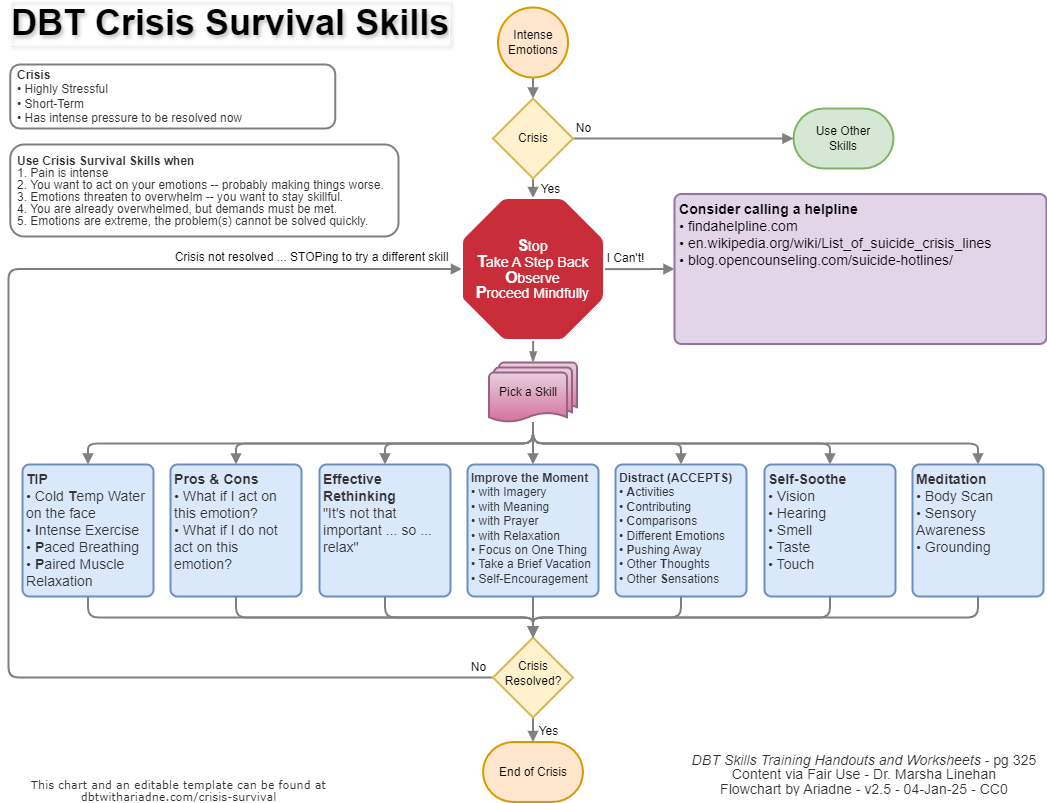
Before: src/images/dbtwithariadne-crisis-survival-skills.drawio-v25.png, a diagram exported from draw.io (dbtwithariadne/website). Source tidied: cells renumbered, new cells last; positions are measured from the earlier drawing's top-left corner, leaving out a move shared by most shapes.
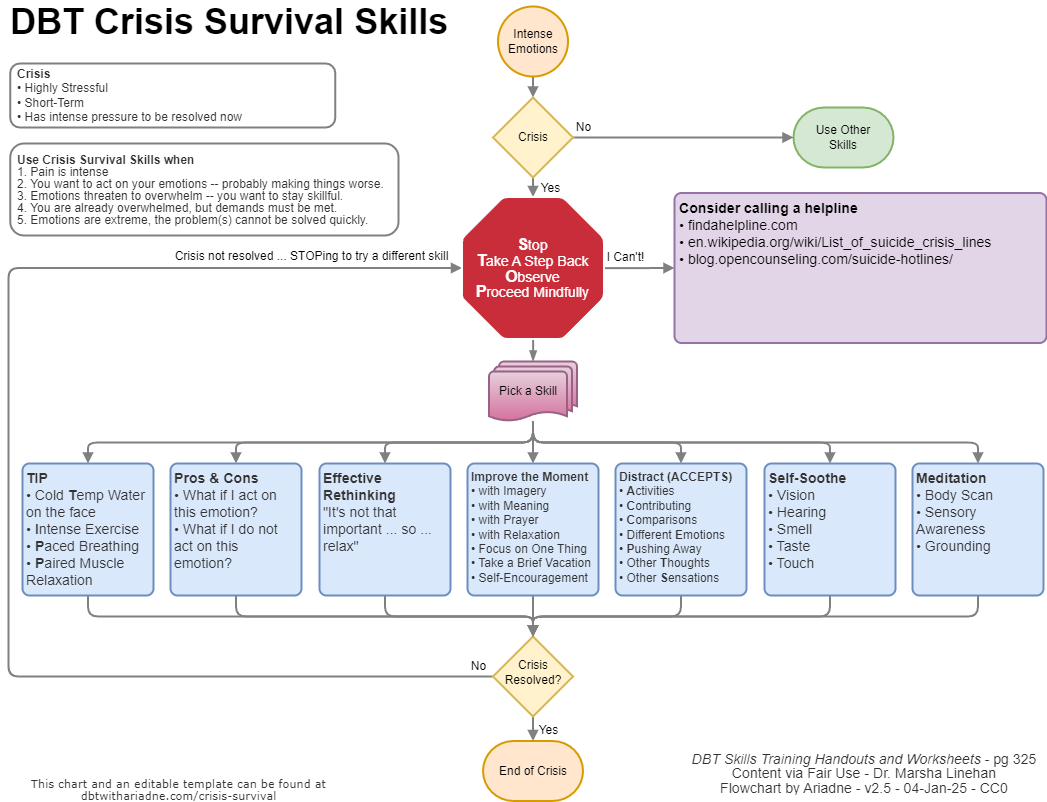
After the change.

Diff of the diagram source:
```diff
@@ -147,7 +147,7 @@
     <mxCell id="41" value="Crisis" style="strokeWidth=2;html=1;shape=mxgraph.flowchart.decision;whiteSpace=wrap;fillColor=#fff2cc;strokeColor=#d6b656;" parent="1" vertex="1">
       <mxGeometry x="484.5" y="91" width="80" height="80" as="geometry" />
     </mxCell>
-    <mxCell id="42" value="DBT Crisis Survival Skills" style="text;strokeColor=#FFFFFF;align=left;fillColor=none;html=1;verticalAlign=middle;whiteSpace=wrap;rounded=0;fontStyle=1;fontSize=36;labelBorderColor=#FFFFFF;textShadow=1;" parent="1" vertex="1">
+    <mxCell id="42" value="DBT Crisis Survival Skills" style="text;strokeColor=none;align=left;fillColor=none;html=1;verticalAlign=middle;whiteSpace=wrap;rounded=0;fontStyle=1;fontSize=36;labelBorderColor=none;textShadow=0;labelBackgroundColor=none;" parent="1" vertex="1">
       <mxGeometry width="450" height="30" as="geometry" />
     </mxCell>
     <mxCell id="43" style="edgeStyle=elbowEdgeStyle;rounded=1;jettySize=auto;html=1;entryX=0.5;entryY=0;entryDx=0;entryDy=0;entryPerimeter=0;elbow=vertical;strokeColor=#808080;strokeWidth=2;endArrow=block;endFill=1;curved=0;" parent="1" edge="1" source="52" target="25">
```
